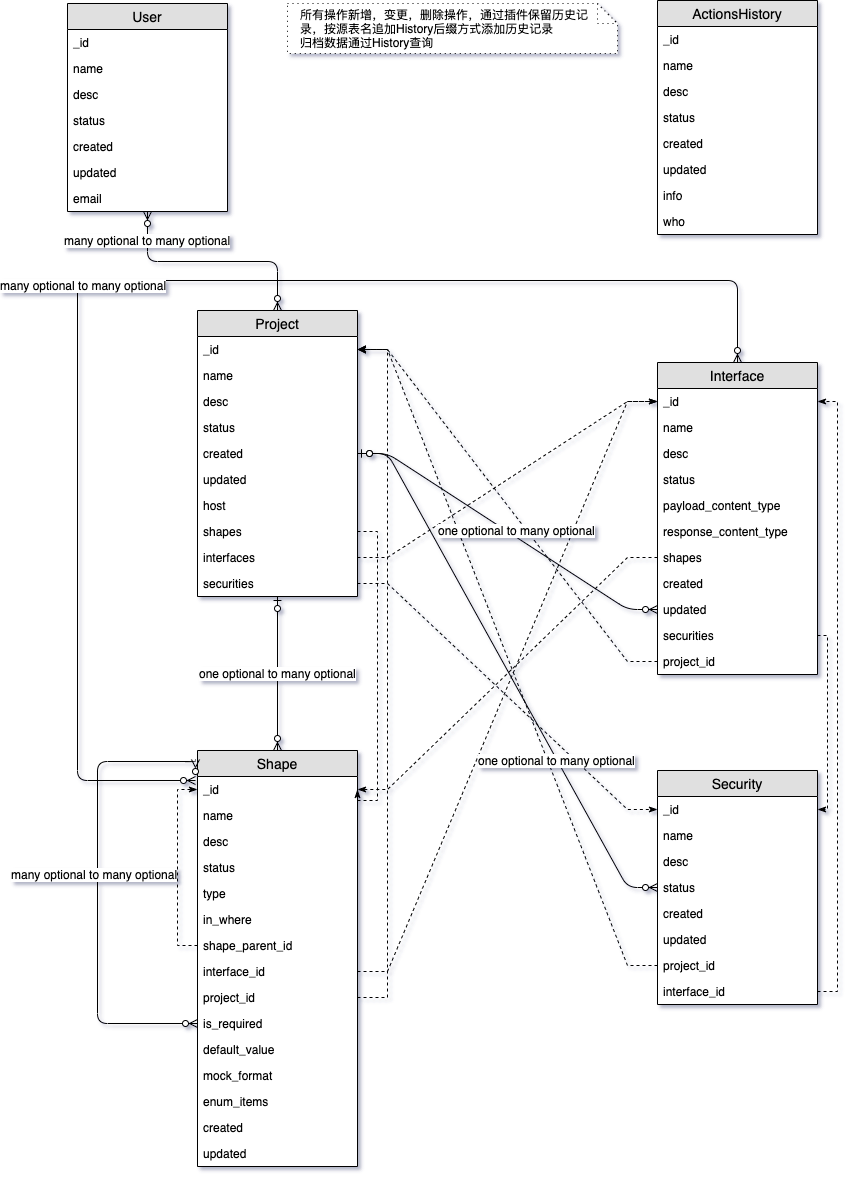
0851/draw keeps this draw.io diagram as apiplatform/apischema.png. Above is the earlier version. Source tidied: cells renumbered, new cells last; positions are measured from the earlier drawing's top-left corner, leaving out a move shared by most shapes.
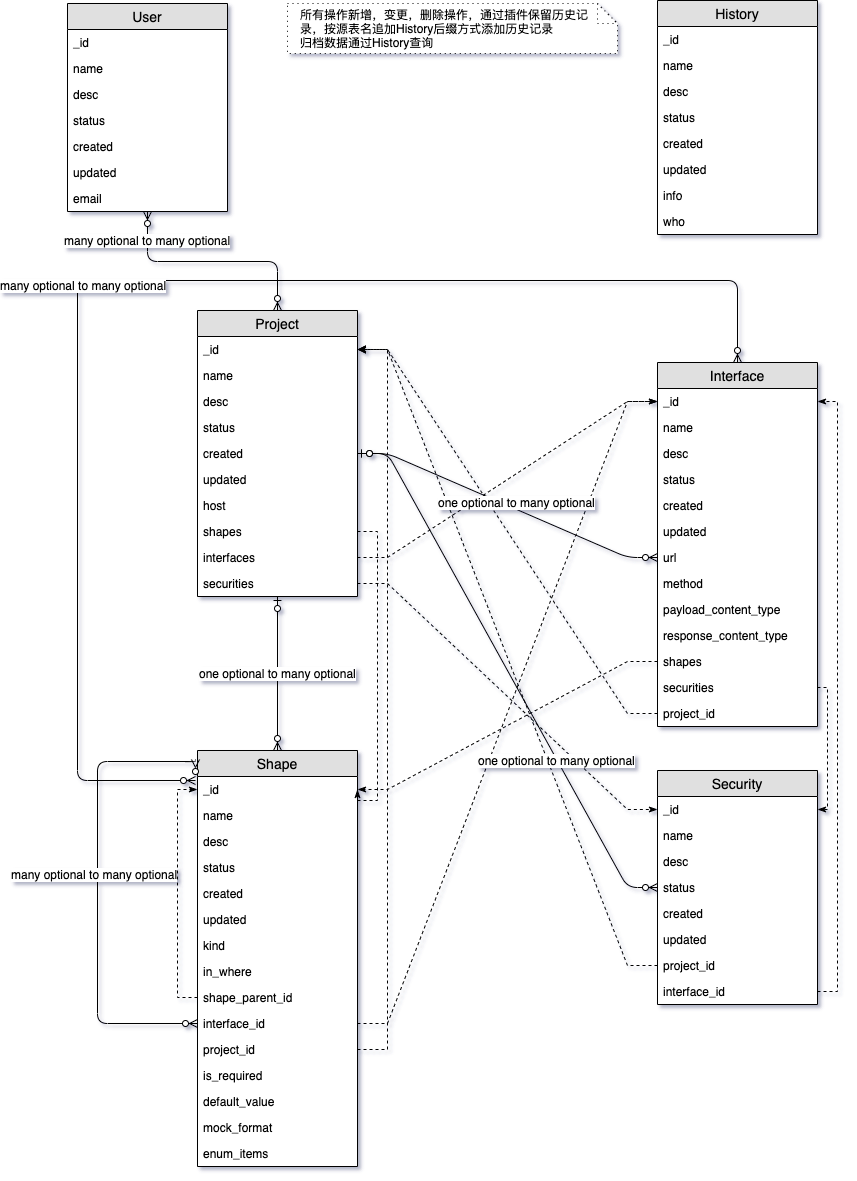
Above is the later version.

What changed in the source:
```diff
@@ -5,7 +5,7 @@
     <mxCell id="2" style="edgeStyle=entityRelationEdgeStyle;rounded=0;jettySize=auto;html=1;endArrow=classicThin;endFill=1;dashed=1;" parent="1" edge="1" source="19" target="25">
       <mxGeometry relative="1" as="geometry" />
     </mxCell>
-    <mxCell id="3" value="ActionsHistory" style="swimlane;fontStyle=0;horizontal=1;startSize=26;fillColor=#e0e0e0;swimlaneFillColor=#ffffff;align=center;fontSize=14;" parent="1" vertex="1">
+    <mxCell id="3" value="History" style="swimlane;fontStyle=0;horizontal=1;startSize=26;fillColor=#e0e0e0;swimlaneFillColor=#ffffff;align=center;fontSize=14;" parent="1" vertex="1">
       <mxGeometry x="590" width="160" height="234" as="geometry" />
     </mxCell>
     <mxCell id="4" value="_id" style="text;strokeColor=none;fillColor=none;spacingLeft=4;spacingRight=4;overflow=hidden;fontSize=12;" parent="3" vertex="1">
@@ -33,7 +33,7 @@
       <mxGeometry y="208" width="160" height="26" as="geometry" />
     </mxCell>
     <mxCell id="12" value="Interface" style="swimlane;fontStyle=0;horizontal=1;startSize=26;fillColor=#e0e0e0;swimlaneFillColor=#ffffff;align=center;fontSize=14;" parent="1" vertex="1">
-      <mxGeometry x="590" y="362" width="160" height="312" as="geometry" />
+      <mxGeometry x="590" y="362" width="160" height="364" as="geometry" />
     </mxCell>
     <mxCell id="13" value="_id" style="text;strokeColor=none;fillColor=none;spacingLeft=4;spacingRight=4;overflow=hidden;points=[[0,0.5],[1,0.5]];portConstraint=eastwest;fontSize=12;" parent="12" vertex="1">
       <mxGeometry y="26" width="160" height="26" as="geometry" />
@@ -47,26 +47,32 @@
     <mxCell id="16" value="status" style="text;strokeColor=none;fillColor=none;spacingLeft=4;spacingRight=4;overflow=hidden;fontSize=12;" parent="12" vertex="1">
       <mxGeometry y="104" width="160" height="26" as="geometry" />
     </mxCell>
+    <mxCell id="20" value="created" style="text;strokeColor=none;fillColor=none;spacingLeft=4;spacingRight=4;overflow=hidden;fontSize=12;" parent="12" vertex="1">
+      <mxGeometry y="130" width="160" height="26" as="geometry" />
+    </mxCell>
+    <mxCell id="21" value="updated" style="text;strokeColor=none;fillColor=none;spacingLeft=4;spacingRight=4;overflow=hidden;fontSize=12;" parent="12" vertex="1">
+      <mxGeometry y="156" width="160" height="26" as="geometry" />
+    </mxCell>
-    <mxCell id="17" value="payload_content_type" style="text;strokeColor=none;fillColor=none;spacingLeft=4;spacingRight=4;overflow=hidden;points=[[0,0.5],[1,0.5]];portConstraint=eastwest;fontSize=12;" parent="12" vertex="1">
-      <mxGeometry y="130" width="160" height="26" as="geometry" />
+    <mxCell id="17" value="url" style="text;strokeColor=none;fillColor=none;spacingLeft=4;spacingRight=4;overflow=hidden;points=[[0,0.5],[1,0.5]];portConstraint=eastwest;fontSize=12;" parent="12" vertex="1">
+      <mxGeometry y="182" width="160" height="26" as="geometry" />
     </mxCell>
+    <mxCell id="87" value="method" style="text;strokeColor=none;fillColor=none;spacingLeft=4;spacingRight=4;overflow=hidden;fontSize=12;" parent="12" vertex="1">
+      <mxGeometry y="208" width="160" height="26" as="geometry" />
+    </mxCell>
+    <mxCell id="88" value="payload_content_type" style="text;strokeColor=none;fillColor=none;spacingLeft=4;spacingRight=4;overflow=hidden;fontSize=12;" parent="12" vertex="1">
+      <mxGeometry y="234" width="160" height="26" as="geometry" />
+    </mxCell>
     <mxCell id="18" value="response_content_type" style="text;strokeColor=none;fillColor=none;spacingLeft=4;spacingRight=4;overflow=hidden;fontSize=12;" parent="12" vertex="1">
-      <mxGeometry y="156" width="160" height="26" as="geometry" />
+      <mxGeometry y="260" width="160" height="26" as="geometry" />
     </mxCell>
     <mxCell id="19" value="shapes" style="text;strokeColor=none;fillColor=none;spacingLeft=4;spacingRight=4;overflow=hidden;points=[[0,0.5],[1,0.5]];portConstraint=eastwest;fontSize=12;" parent="12" vertex="1">
-      <mxGeometry y="182" width="160" height="26" as="geometry" />
+      <mxGeometry y="286" width="160" height="26" as="geometry" />
     </mxCell>
-    <mxCell id="20" value="created" style="text;strokeColor=none;fillColor=none;spacingLeft=4;spacingRight=4;overflow=hidden;fontSize=12;" parent="12" vertex="1">
-      <mxGeometry y="208" width="160" height="26" as="geometry" />
-    </mxCell>
-    <mxCell id="21" value="updated" style="text;strokeColor=none;fillColor=none;spacingLeft=4;spacingRight=4;overflow=hidden;fontSize=12;" parent="12" vertex="1">
-      <mxGeometry y="234" width="160" height="26" as="geometry" />
-    </mxCell>
     <mxCell id="22" value="securities" style="text;strokeColor=none;fillColor=none;spacingLeft=4;spacingRight=4;overflow=hidden;points=[[0,0.5],[1,0.5]];portConstraint=eastwest;fontSize=12;" parent="12" vertex="1">
-      <mxGeometry y="260" width="160" height="26" as="geometry" />
+      <mxGeometry y="312" width="160" height="26" as="geometry" />
     </mxCell>
     <mxCell id="23" value="project_id" style="text;strokeColor=none;fillColor=none;spacingLeft=4;spacingRight=4;overflow=hidden;points=[[0,0.5],[1,0.5]];portConstraint=eastwest;fontSize=12;" parent="12" vertex="1">
-      <mxGeometry y="286" width="160" height="26" as="geometry" />
+      <mxGeometry y="338" width="160" height="26" as="geometry" />
     </mxCell>
     <mxCell id="24" value="Shape" style="swimlane;fontStyle=0;horizontal=1;startSize=26;fillColor=#e0e0e0;swimlaneFillColor=#ffffff;align=center;fontSize=14;" parent="1" vertex="1">
       <mxGeometry x="130" y="750" width="160" height="416" as="geometry" />
@@ -83,20 +89,26 @@
     <mxCell id="28" value="status" style="text;strokeColor=none;fillColor=none;spacingLeft=4;spacingRight=4;overflow=hidden;fontSize=12;" parent="24" vertex="1">
       <mxGeometry y="104" width="160" height="26" as="geometry" />
     </mxCell>
+    <mxCell id="41" value="created" style="text;strokeColor=none;fillColor=none;spacingLeft=4;spacingRight=4;overflow=hidden;fontSize=12;" parent="24" vertex="1">
+      <mxGeometry y="130" width="160" height="26" as="geometry" />
+    </mxCell>
+    <mxCell id="42" value="updated" style="text;strokeColor=none;fillColor=none;spacingLeft=4;spacingRight=4;overflow=hidden;fontSize=12;" parent="24" vertex="1">
+      <mxGeometry y="156" width="160" height="26" as="geometry" />
+    </mxCell>
-    <mxCell id="29" value="type" style="text;strokeColor=none;fillColor=none;spacingLeft=4;spacingRight=4;overflow=hidden;fontSize=12;" parent="24" vertex="1">
-      <mxGeometry y="130" width="160" height="26" as="geometry" />
+    <mxCell id="29" value="kind" style="text;strokeColor=none;fillColor=none;spacingLeft=4;spacingRight=4;overflow=hidden;fontSize=12;" parent="24" vertex="1">
+      <mxGeometry y="182" width="160" height="26" as="geometry" />
     </mxCell>
     <mxCell id="30" value="in_where" style="text;strokeColor=none;fillColor=none;spacingLeft=4;spacingRight=4;overflow=hidden;fontSize=12;" parent="24" vertex="1">
-      <mxGeometry y="156" width="160" height="26" as="geometry" />
+      <mxGeometry y="208" width="160" height="26" as="geometry" />
     </mxCell>
     <mxCell id="31" style="rounded=0;jettySize=auto;html=1;exitX=0;exitY=0.5;exitDx=0;exitDy=0;entryX=0;entryY=0.5;entryDx=0;entryDy=0;endArrow=classicThin;endFill=1;edgeStyle=orthogonalEdgeStyle;dashed=1;" parent="24" edge="1" source="32" target="25">
       <mxGeometry relative="1" as="geometry" />
     </mxCell>
     <mxCell id="32" value="shape_parent_id" style="text;strokeColor=none;fillColor=none;spacingLeft=4;spacingRight=4;overflow=hidden;points=[[0,0.5],[1,0.5]];portConstraint=eastwest;fontSize=12;" parent="24" vertex="1">
-      <mxGeometry y="182" width="160" height="26" as="geometry" />
+      <mxGeometry y="234" width="160" height="26" as="geometry" />
     </mxCell>
     <mxCell id="33" value="interface_id" style="text;strokeColor=none;fillColor=none;spacingLeft=4;spacingRight=4;overflow=hidden;points=[[0,0.5],[1,0.5]];portConstraint=eastwest;fontSize=12;" parent="24" vertex="1">
-      <mxGeometry y="208" width="160" height="26" as="geometry" />
+      <mxGeometry y="260" width="160" height="26" as="geometry" />
     </mxCell>
     <mxCell id="34" style="fontSize=12;html=1;endArrow=ERzeroToMany;endFill=1;startArrow=ERzeroToMany;entryX=-0.012;entryY=0.022;entryDx=0;entryDy=0;entryPerimeter=0;exitX=0;exitY=0.5;exitDx=0;exitDy=0;edgeStyle=orthogonalEdgeStyle;" parent="24" edge="1" target="24">
       <mxGeometry relative="1" as="geometry">
@@ -111,26 +123,20 @@
       <mxGeometry x="0.08" y="4" relative="1" as="geometry" />
     </mxCell>
     <mxCell id="36" value="project_id" style="text;strokeColor=none;fillColor=none;spacingLeft=4;spacingRight=4;overflow=hidden;points=[[0,0.5],[1,0.5]];portConstraint=eastwest;fontSize=12;" parent="24" vertex="1">
-      <mxGeometry y="234" width="160" height="26" as="geometry" />
+      <mxGeometry y="286" width="160" height="26" as="geometry" />
     </mxCell>
     <mxCell id="37" value="is_required" style="text;strokeColor=none;fillColor=none;spacingLeft=4;spacingRight=4;overflow=hidden;fontSize=12;" parent="24" vertex="1">
-      <mxGeometry y="260" width="160" height="26" as="geometry" />
+      <mxGeometry y="312" width="160" height="26" as="geometry" />
     </mxCell>
     <mxCell id="38" value="default_value" style="text;strokeColor=none;fillColor=none;spacingLeft=4;spacingRight=4;overflow=hidden;fontSize=12;" parent="24" vertex="1">
-      <mxGeometry y="286" width="160" height="26" as="geometry" />
+      <mxGeometry y="338" width="160" height="26" as="geometry" />
     </mxCell>
     <mxCell id="39" value="mock_format" style="text;strokeColor=none;fillColor=none;spacingLeft=4;spacingRight=4;overflow=hidden;fontSize=12;" parent="24" vertex="1">
-      <mxGeometry y="312" width="160" height="26" as="geometry" />
+      <mxGeometry y="364" width="160" height="26" as="geometry" />
     </mxCell>
     <mxCell id="40" value="enum_items" style="text;strokeColor=none;fillColor=none;spacingLeft=4;spacingRight=4;overflow=hidden;fontSize=12;" parent="24" vertex="1">
-      <mxGeometry y="338" width="160" height="26" as="geometry" />
+      <mxGeometry y="390" width="160" height="26" as="geometry" />
     </mxCell>
-    <mxCell id="41" value="created" style="text;strokeColor=none;fillColor=none;spacingLeft=4;spacingRight=4;overflow=hidden;fontSize=12;" parent="24" vertex="1">
-      <mxGeometry y="364" width="160" height="26" as="geometry" />
-    </mxCell>
-    <mxCell id="42" value="updated" style="text;strokeColor=none;fillColor=none;spacingLeft=4;spacingRight=4;overflow=hidden;fontSize=12;" parent="24" vertex="1">
-      <mxGeometry y="390" width="160" height="26" as="geometry" />
-    </mxCell>
     <mxCell id="43" value="Project" style="swimlane;fontStyle=0;horizontal=1;startSize=26;fillColor=#e0e0e0;swimlaneFillColor=#ffffff;align=center;fontSize=14;" parent="1" vertex="1">
       <mxGeometry x="130" y="310" width="160" height="286" as="geometry" />
     </mxCell>
@@ -248,7 +254,7 @@
     <mxCell id="79" style="edgeStyle=orthogonalEdgeStyle;rounded=0;jettySize=auto;html=1;exitX=1;exitY=0.5;exitDx=0;exitDy=0;endArrow=classicThin;endFill=1;dashed=1;" parent="1" edge="1" source="22" target="55">
       <mxGeometry relative="1" as="geometry">
         <Array as="points">
-          <mxPoint x="760" y="635" />
+          <mxPoint x="760" y="687" />
           <mxPoint x="760" y="809" />
         </Array>
       </mxGeometry>
@@ -261,10 +267,8 @@
         <mxPoint x="290" y="453" as="sourcePoint" />
       </mxGeometry>
     </mxCell>
-    <mxCell id="82" value="one optional to many optional" style="edgeStyle=entityRelationEdgeStyle;fontSize=12;html=1;endArrow=ERzeroToMany;startArrow=ERzeroToOne;entryX=0;entryY=0.5;entryDx=0;entryDy=0;" parent="1" edge="1" source="43">
-      <mxGeometry x="0.05" y="6" relative="1" as="geometry">
-        <mxPoint x="590" y="609" as="targetPoint" />
-      </mxGeometry>
+    <mxCell id="82" value="one optional to many optional" style="edgeStyle=entityRelationEdgeStyle;fontSize=12;html=1;endArrow=ERzeroToMany;startArrow=ERzeroToOne;entryX=0;entryY=0.5;entryDx=0;entryDy=0;" parent="1" edge="1" source="43" target="17">
+      <mxGeometry x="0.05" y="6" relative="1" as="geometry" />
     </mxCell>
     <mxCell id="83" style="fontSize=12;html=1;endArrow=ERzeroToMany;endFill=1;startArrow=ERzeroToMany;entryX=-0.012;entryY=0.022;entryDx=0;entryDy=0;entryPerimeter=0;edgeStyle=orthogonalEdgeStyle;" parent="1" edge="1" source="12">
       <mxGeometry relative="1" as="geometry">
```
